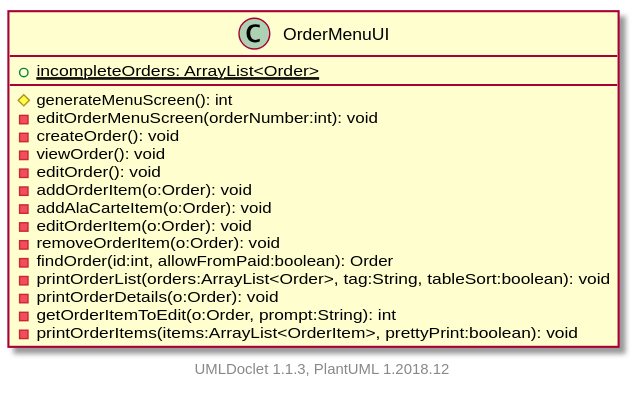
This is projects/oodp/html/umlversion/uml/sg.edu.ntu.scse.cz2002.ui.OrderMenuUI.svg from itachi1706/How-to-use-Git-NTUSCSE1819-Site, a PlantUML export, as it was before one commit.
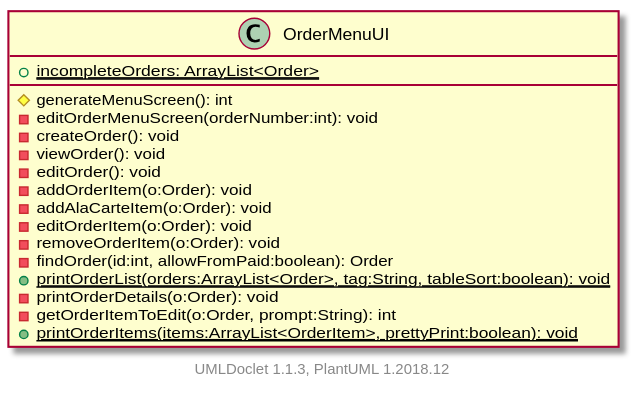
Later version of the same file.

Change to the diagram source:
```diff
@@ -12,10 +12,10 @@
         -editOrderItem(o:Order): void
         -removeOrderItem(o:Order): void
         -findOrder(id:int, allowFromPaid:boolean): Order
-        -printOrderList(orders:ArrayList<Order>, tag:String, tableSort:boolean): void
+        {static} +printOrderList(orders:ArrayList<Order>, tag:String, tableSort:boolean): void
         -printOrderDetails(o:Order): void
         -getOrderItemToEdit(o:Order, prompt:String): int
-        -printOrderItems(items:ArrayList<OrderItem>, prettyPrint:boolean): void
+        {static} +printOrderItems(items:ArrayList<OrderItem>, prettyPrint:boolean): void
     }
 
 
```
